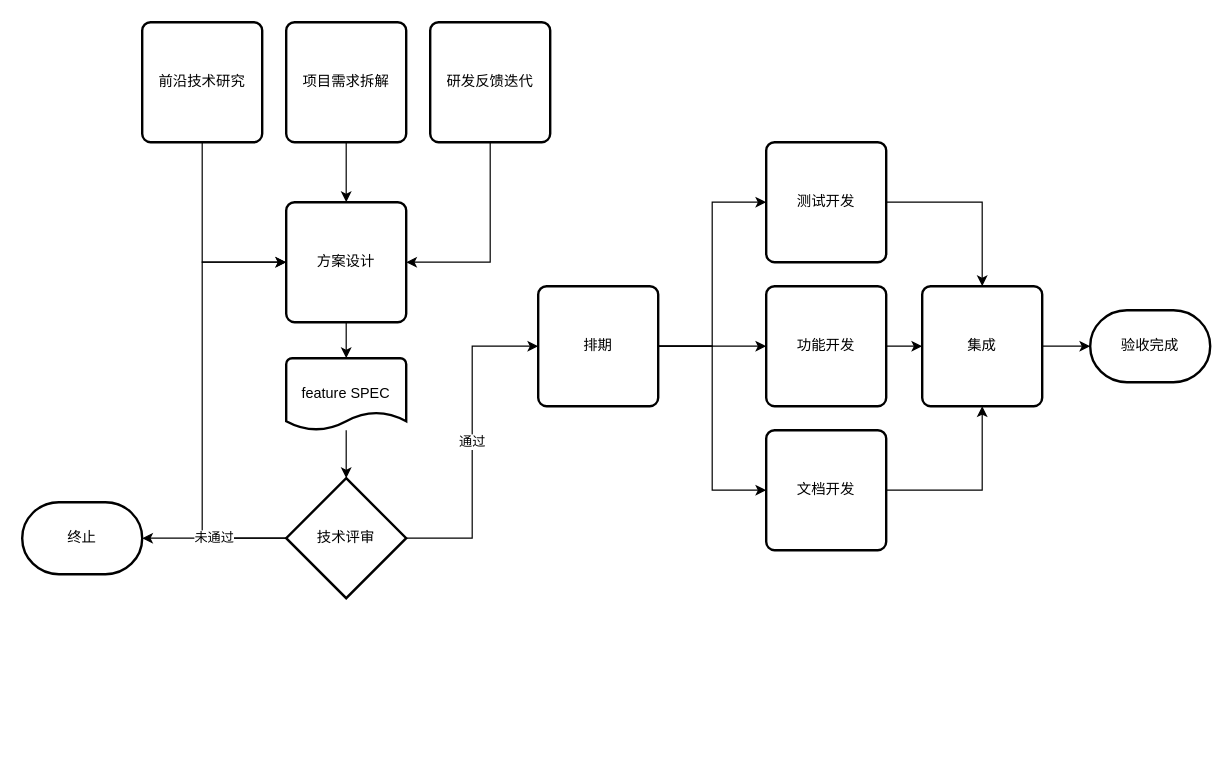
This is 流程.drawio from dingsg/drawio, a draw.io file, before an edit. Source tidied: cells renumbered, new cells numbered last; positions are measured from the earlier drawing's top-left corner, leaving out a move shared by most shapes. Both pictures are drawn from the tidied source at 120%, with x=0, y=0 at pixel (22, 22).
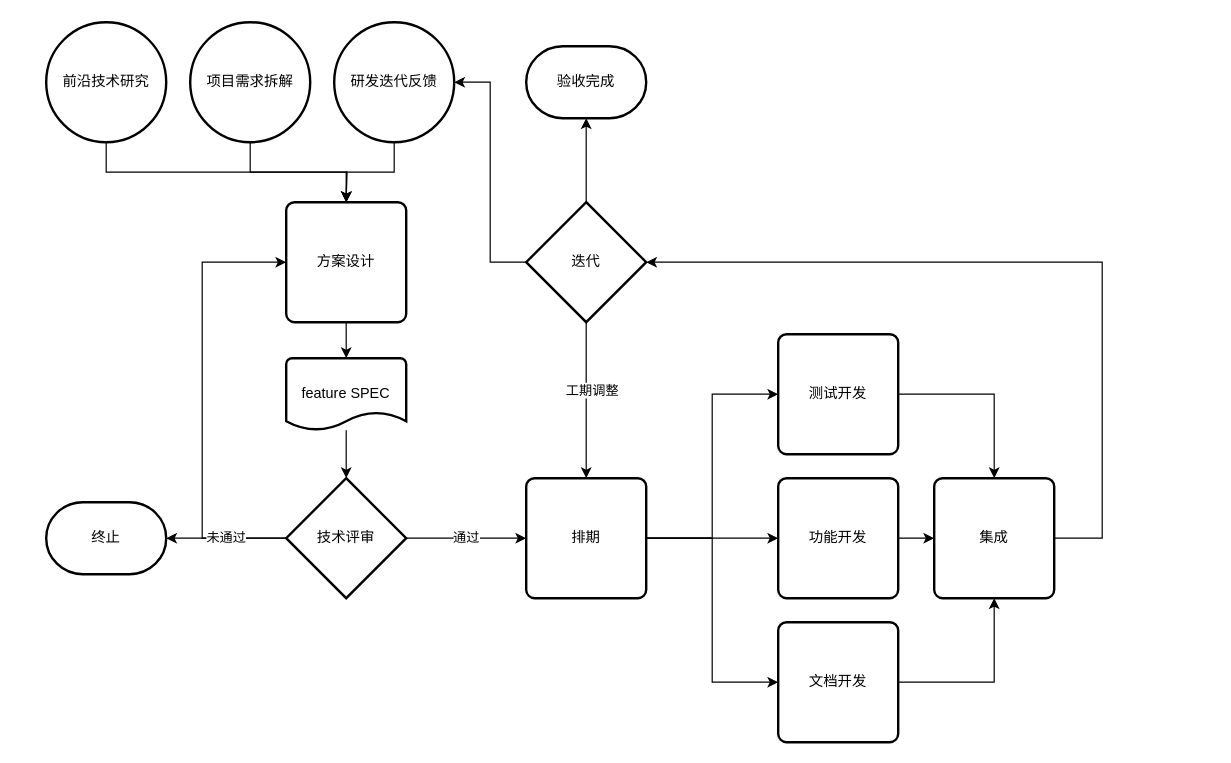
The same page after the edit.

Unchanged cells that the change refers to:
```xml
<mxCell id="11" value="方案设计" style="rounded=1;whiteSpace=wrap;html=1;absoluteArcSize=1;arcSize=14;strokeWidth=2;" parent="1" vertex="1">
  <mxGeometry x="220" y="150" width="100" height="100" as="geometry" />
</mxCell>
```

Diff of the diagram source:
```diff
@@
-    <mxCell id="4" style="edgeStyle=orthogonalEdgeStyle;rounded=0;jettySize=auto;html=1;exitX=0.5;exitY=1;exitDx=0;exitDy=0;entryX=0;entryY=0.5;entryDx=0;entryDy=0;" parent="1" edge="1" source="5" target="11">
-      <mxGeometry relative="1" as="geometry" />
-    </mxCell>
-    <mxCell id="5" value="前沿技术研究" style="rounded=1;whiteSpace=wrap;html=1;absoluteArcSize=1;arcSize=14;strokeWidth=2;" parent="1" vertex="1">
-      <mxGeometry x="100" width="100" height="100" as="geometry" />
-    </mxCell>
-    <mxCell id="6" style="edgeStyle=orthogonalEdgeStyle;rounded=0;jettySize=auto;html=1;exitX=0.5;exitY=1;exitDx=0;exitDy=0;entryX=0.5;entryY=0;entryDx=0;entryDy=0;" parent="1" edge="1" source="7" target="11">
-      <mxGeometry relative="1" as="geometry" />
-    </mxCell>
-    <mxCell id="7" value="项目需求拆解" style="rounded=1;whiteSpace=wrap;html=1;absoluteArcSize=1;arcSize=14;strokeWidth=2;" parent="1" vertex="1">
-      <mxGeometry x="220" width="100" height="100" as="geometry" />
-    </mxCell>
-    <mxCell id="8" style="edgeStyle=orthogonalEdgeStyle;rounded=0;jettySize=auto;html=1;exitX=0.5;exitY=1;exitDx=0;exitDy=0;entryX=1;entryY=0.5;entryDx=0;entryDy=0;" parent="1" edge="1" source="9" target="11">
-      <mxGeometry relative="1" as="geometry" />
-    </mxCell>
-    <mxCell id="9" value="研发反馈迭代" style="rounded=1;whiteSpace=wrap;html=1;absoluteArcSize=1;arcSize=14;strokeWidth=2;" parent="1" vertex="1">
-      <mxGeometry x="340" width="100" height="100" as="geometry" />
-    </mxCell>
@@
     <mxCell id="16" value="终止" style="strokeWidth=2;html=1;shape=mxgraph.flowchart.terminator;whiteSpace=wrap;" parent="1" vertex="1">
-      <mxGeometry y="400" width="100" height="60" as="geometry" />
+      <mxGeometry x="20" y="400" width="100" height="60" as="geometry" />
     </mxCell>
+    <mxCell id="18" style="edgeStyle=orthogonalEdgeStyle;rounded=0;jettySize=auto;html=1;entryX=0;entryY=0.5;entryDx=0;entryDy=0;" parent="1" edge="1" source="20" target="22">
+      <mxGeometry relative="1" as="geometry" />
+    </mxCell>
-    <mxCell id="17" style="edgeStyle=orthogonalEdgeStyle;rounded=0;jettySize=auto;html=1;exitX=1;exitY=0.5;exitDx=0;exitDy=0;entryX=0;entryY=0.5;entryDx=0;entryDy=0;" parent="1" edge="1" source="20" target="24">
+    <mxCell id="17" style="edgeStyle=orthogonalEdgeStyle;rounded=0;jettySize=auto;html=1;entryX=0;entryY=0.5;entryDx=0;entryDy=0;" parent="1" edge="1" source="20" target="24">
       <mxGeometry relative="1" as="geometry" />
     </mxCell>
-    <mxCell id="18" style="edgeStyle=orthogonalEdgeStyle;rounded=0;jettySize=auto;html=1;exitX=1;exitY=0.5;exitDx=0;exitDy=0;entryX=0;entryY=0.5;entryDx=0;entryDy=0;" parent="1" edge="1" source="20" target="22">
-      <mxGeometry relative="1" as="geometry" />
-    </mxCell>
-    <mxCell id="19" style="edgeStyle=orthogonalEdgeStyle;rounded=0;jettySize=auto;html=1;exitX=1;exitY=0.5;exitDx=0;exitDy=0;entryX=0;entryY=0.5;entryDx=0;entryDy=0;" parent="1" edge="1" source="20" target="26">
+    <mxCell id="19" style="edgeStyle=orthogonalEdgeStyle;rounded=0;jettySize=auto;html=1;entryX=0;entryY=0.5;entryDx=0;entryDy=0;" parent="1" edge="1" source="20" target="26">
       <mxGeometry relative="1" as="geometry" />
     </mxCell>
     <mxCell id="20" value="排期" style="rounded=1;whiteSpace=wrap;html=1;absoluteArcSize=1;arcSize=14;strokeWidth=2;" parent="1" vertex="1">
-      <mxGeometry x="430" y="220" width="100" height="100" as="geometry" />
+      <mxGeometry x="420" y="380" width="100" height="100" as="geometry" />
     </mxCell>
@@
     <mxCell id="22" value="测试开发" style="rounded=1;whiteSpace=wrap;html=1;absoluteArcSize=1;arcSize=14;strokeWidth=2;" parent="1" vertex="1">
-      <mxGeometry x="620" y="100" width="100" height="100" as="geometry" />
+      <mxGeometry x="630" y="260" width="100" height="100" as="geometry" />
     </mxCell>
@@
     <mxCell id="24" value="功能开发" style="rounded=1;whiteSpace=wrap;html=1;absoluteArcSize=1;arcSize=14;strokeWidth=2;" parent="1" vertex="1">
-      <mxGeometry x="620" y="220" width="100" height="100" as="geometry" />
+      <mxGeometry x="630" y="380" width="100" height="100" as="geometry" />
     </mxCell>
@@
     <mxCell id="26" value="文档开发" style="rounded=1;whiteSpace=wrap;html=1;absoluteArcSize=1;arcSize=14;strokeWidth=2;" parent="1" vertex="1">
-      <mxGeometry x="620" y="340" width="100" height="100" as="geometry" />
+      <mxGeometry x="630" y="500" width="100" height="100" as="geometry" />
     </mxCell>
     <mxCell id="27" value="验收完成" style="strokeWidth=2;html=1;shape=mxgraph.flowchart.terminator;whiteSpace=wrap;" parent="1" vertex="1">
-      <mxGeometry x="890" y="240" width="100" height="60" as="geometry" />
+      <mxGeometry x="420" y="20" width="100" height="60" as="geometry" />
     </mxCell>
-    <mxCell id="28" style="edgeStyle=orthogonalEdgeStyle;rounded=0;jettySize=auto;html=1;exitX=1;exitY=0.5;exitDx=0;exitDy=0;entryX=0;entryY=0.5;entryDx=0;entryDy=0;entryPerimeter=0;" parent="1" edge="1" source="29" target="27">
-      <mxGeometry relative="1" as="geometry" />
-    </mxCell>
+    <mxCell id="30" style="edgeStyle=orthogonalEdgeStyle;rounded=0;jettySize=auto;html=1;entryX=1;entryY=0.5;entryDx=0;entryDy=0;entryPerimeter=0;" parent="1" edge="1" source="29" target="35">
+      <mxGeometry relative="1" as="geometry">
+        <Array as="points">
+          <mxPoint x="900" y="430" />
+          <mxPoint x="900" y="200" />
+        </Array>
+      </mxGeometry>
+    </mxCell>
     <mxCell id="29" value="集成" style="rounded=1;whiteSpace=wrap;html=1;absoluteArcSize=1;arcSize=14;strokeWidth=2;" parent="1" vertex="1">
-      <mxGeometry x="750" y="220" width="100" height="100" as="geometry" />
+      <mxGeometry x="760" y="380" width="100" height="100" as="geometry" />
     </mxCell>
+    <mxCell id="31" style="edgeStyle=orthogonalEdgeStyle;rounded=0;jettySize=auto;html=1;entryX=0.5;entryY=0;entryDx=0;entryDy=0;" parent="1" edge="1" source="35" target="20">
+      <mxGeometry relative="1" as="geometry" />
+    </mxCell>
+    <mxCell id="32" value="工期调整" style="edgeLabel;html=1;align=center;verticalAlign=middle;" parent="31" vertex="1">
+      <mxGeometry x="-0.14" y="4" relative="1" as="geometry" />
+    </mxCell>
+    <mxCell id="33" style="edgeStyle=orthogonalEdgeStyle;rounded=0;jettySize=auto;html=1;exitX=0.5;exitY=0;exitDx=0;exitDy=0;exitPerimeter=0;entryX=0.5;entryY=1;entryDx=0;entryDy=0;entryPerimeter=0;" parent="1" edge="1" source="35" target="27">
+      <mxGeometry relative="1" as="geometry" />
+    </mxCell>
+    <mxCell id="34" style="edgeStyle=orthogonalEdgeStyle;rounded=0;jettySize=auto;html=1;entryX=1;entryY=0.5;entryDx=0;entryDy=0;entryPerimeter=0;" parent="1" edge="1" source="35" target="39">
+      <mxGeometry relative="1" as="geometry" />
+    </mxCell>
+    <mxCell id="35" value="迭代" style="strokeWidth=2;html=1;shape=mxgraph.flowchart.decision;whiteSpace=wrap;" parent="1" vertex="1">
+      <mxGeometry x="420" y="150" width="100" height="100" as="geometry" />
+    </mxCell>
+    <mxCell id="36" style="edgeStyle=orthogonalEdgeStyle;rounded=0;jettySize=auto;html=1;exitX=0.5;exitY=1;exitDx=0;exitDy=0;exitPerimeter=0;" parent="1" edge="1" source="5">
+      <mxGeometry relative="1" as="geometry">
+        <mxPoint x="270" y="150" as="targetPoint" />
+      </mxGeometry>
+    </mxCell>
+    <mxCell id="5" value="前沿技术研究" style="strokeWidth=2;html=1;shape=mxgraph.flowchart.start_2;whiteSpace=wrap;" parent="1" vertex="1">
+      <mxGeometry x="20" width="100" height="100" as="geometry" />
+    </mxCell>
+    <mxCell id="37" style="edgeStyle=orthogonalEdgeStyle;rounded=0;jettySize=auto;html=1;exitX=0.5;exitY=1;exitDx=0;exitDy=0;exitPerimeter=0;" parent="1" edge="1" source="7">
+      <mxGeometry relative="1" as="geometry">
+        <mxPoint x="270" y="150" as="targetPoint" />
+      </mxGeometry>
+    </mxCell>
+    <mxCell id="7" value="项目需求拆解" style="strokeWidth=2;html=1;shape=mxgraph.flowchart.start_2;whiteSpace=wrap;" parent="1" vertex="1">
+      <mxGeometry x="140" width="100" height="100" as="geometry" />
+    </mxCell>
+    <mxCell id="38" style="edgeStyle=orthogonalEdgeStyle;rounded=0;jettySize=auto;html=1;exitX=0.5;exitY=1;exitDx=0;exitDy=0;exitPerimeter=0;" parent="1" edge="1" source="39" target="11">
+      <mxGeometry relative="1" as="geometry" />
+    </mxCell>
+    <mxCell id="39" value="研发迭代反馈" style="strokeWidth=2;html=1;shape=mxgraph.flowchart.start_2;whiteSpace=wrap;" parent="1" vertex="1">
+      <mxGeometry x="260" width="100" height="100" as="geometry" />
+    </mxCell>
```
